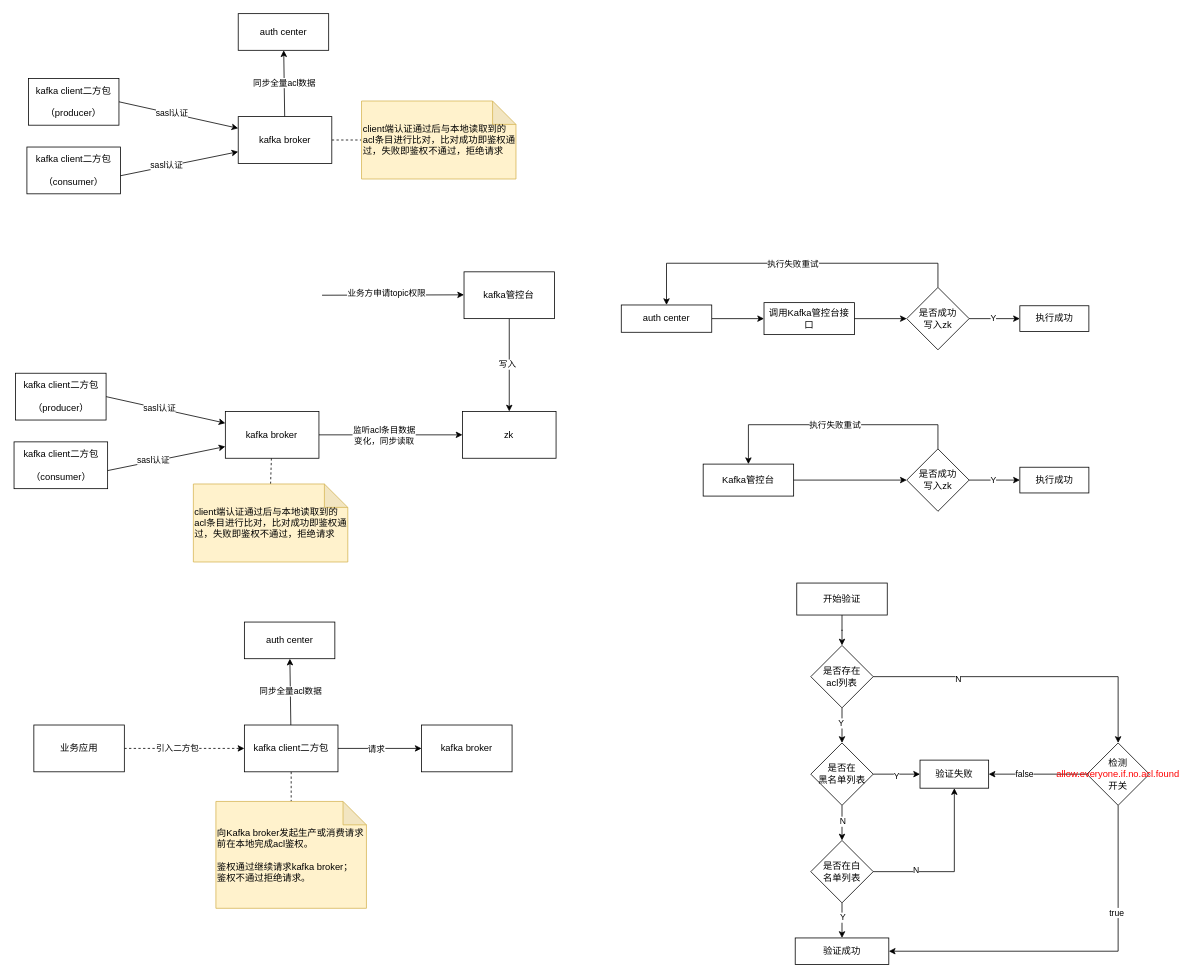
Before: kafka接入鉴权中心.drawio in gitcodeporter/draw-uml, a draw.io diagram. Source tidied: cells renumbered, new cells numbered last; positions are measured from the earlier drawing's top-left corner, leaving out a move shared by most shapes. Both pictures are drawn from the tidied source at 78%, with x=0, y=0 at pixel (13, 13).
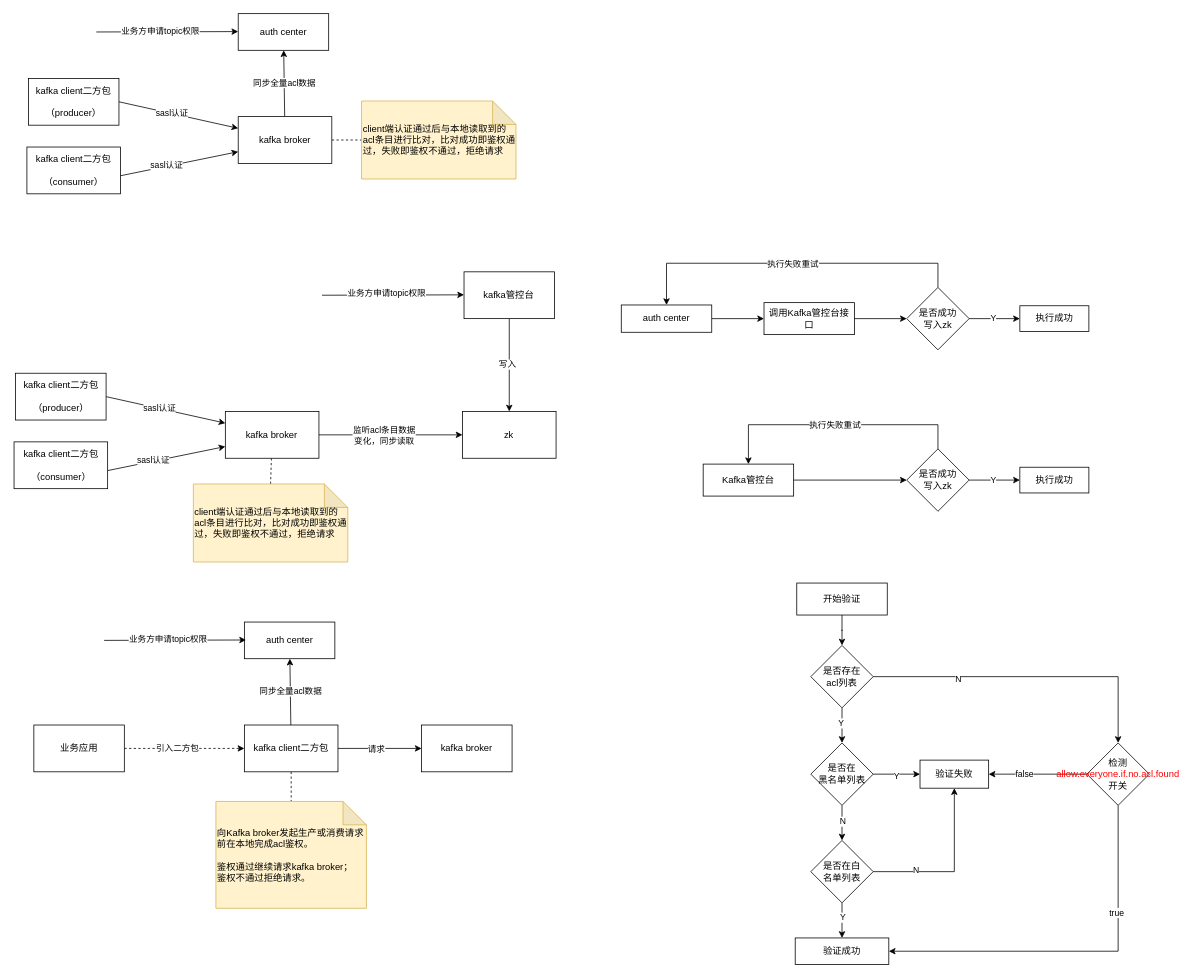
The same page after the edit.

Commit message:
更新kafka接入鉴权中心.drawio

The edit, as a diff of the source:
```diff
@@
+    <mxCell id="83" style="endArrow=classic;html=1;rounded=0;" parent="1" edge="1">
+      <mxGeometry relative="1" as="geometry">
+        <mxPoint x="106" y="23.5" as="sourcePoint" />
+        <mxPoint x="287.9" y="23" as="targetPoint" />
+      </mxGeometry>
+    </mxCell>
+    <mxCell id="84" value="业务方申请topic权限" style="edgeLabel;html=1;align=center;verticalAlign=middle;" parent="83" vertex="1">
+      <mxGeometry x="-0.3" y="1" relative="1" as="geometry">
+        <mxPoint x="18" y="-1" as="offset" />
+      </mxGeometry>
+    </mxCell>
+    <mxCell id="85" style="endArrow=classic;html=1;rounded=0;" parent="1" edge="1">
+      <mxGeometry relative="1" as="geometry">
+        <mxPoint x="116" y="803.5" as="sourcePoint" />
+        <mxPoint x="297.9" y="803" as="targetPoint" />
+      </mxGeometry>
+    </mxCell>
+    <mxCell id="86" value="业务方申请topic权限" style="edgeLabel;html=1;align=center;verticalAlign=middle;" parent="85" vertex="1">
+      <mxGeometry x="-0.3" y="1" relative="1" as="geometry">
+        <mxPoint x="18" y="-1" as="offset" />
+      </mxGeometry>
+    </mxCell>
```
